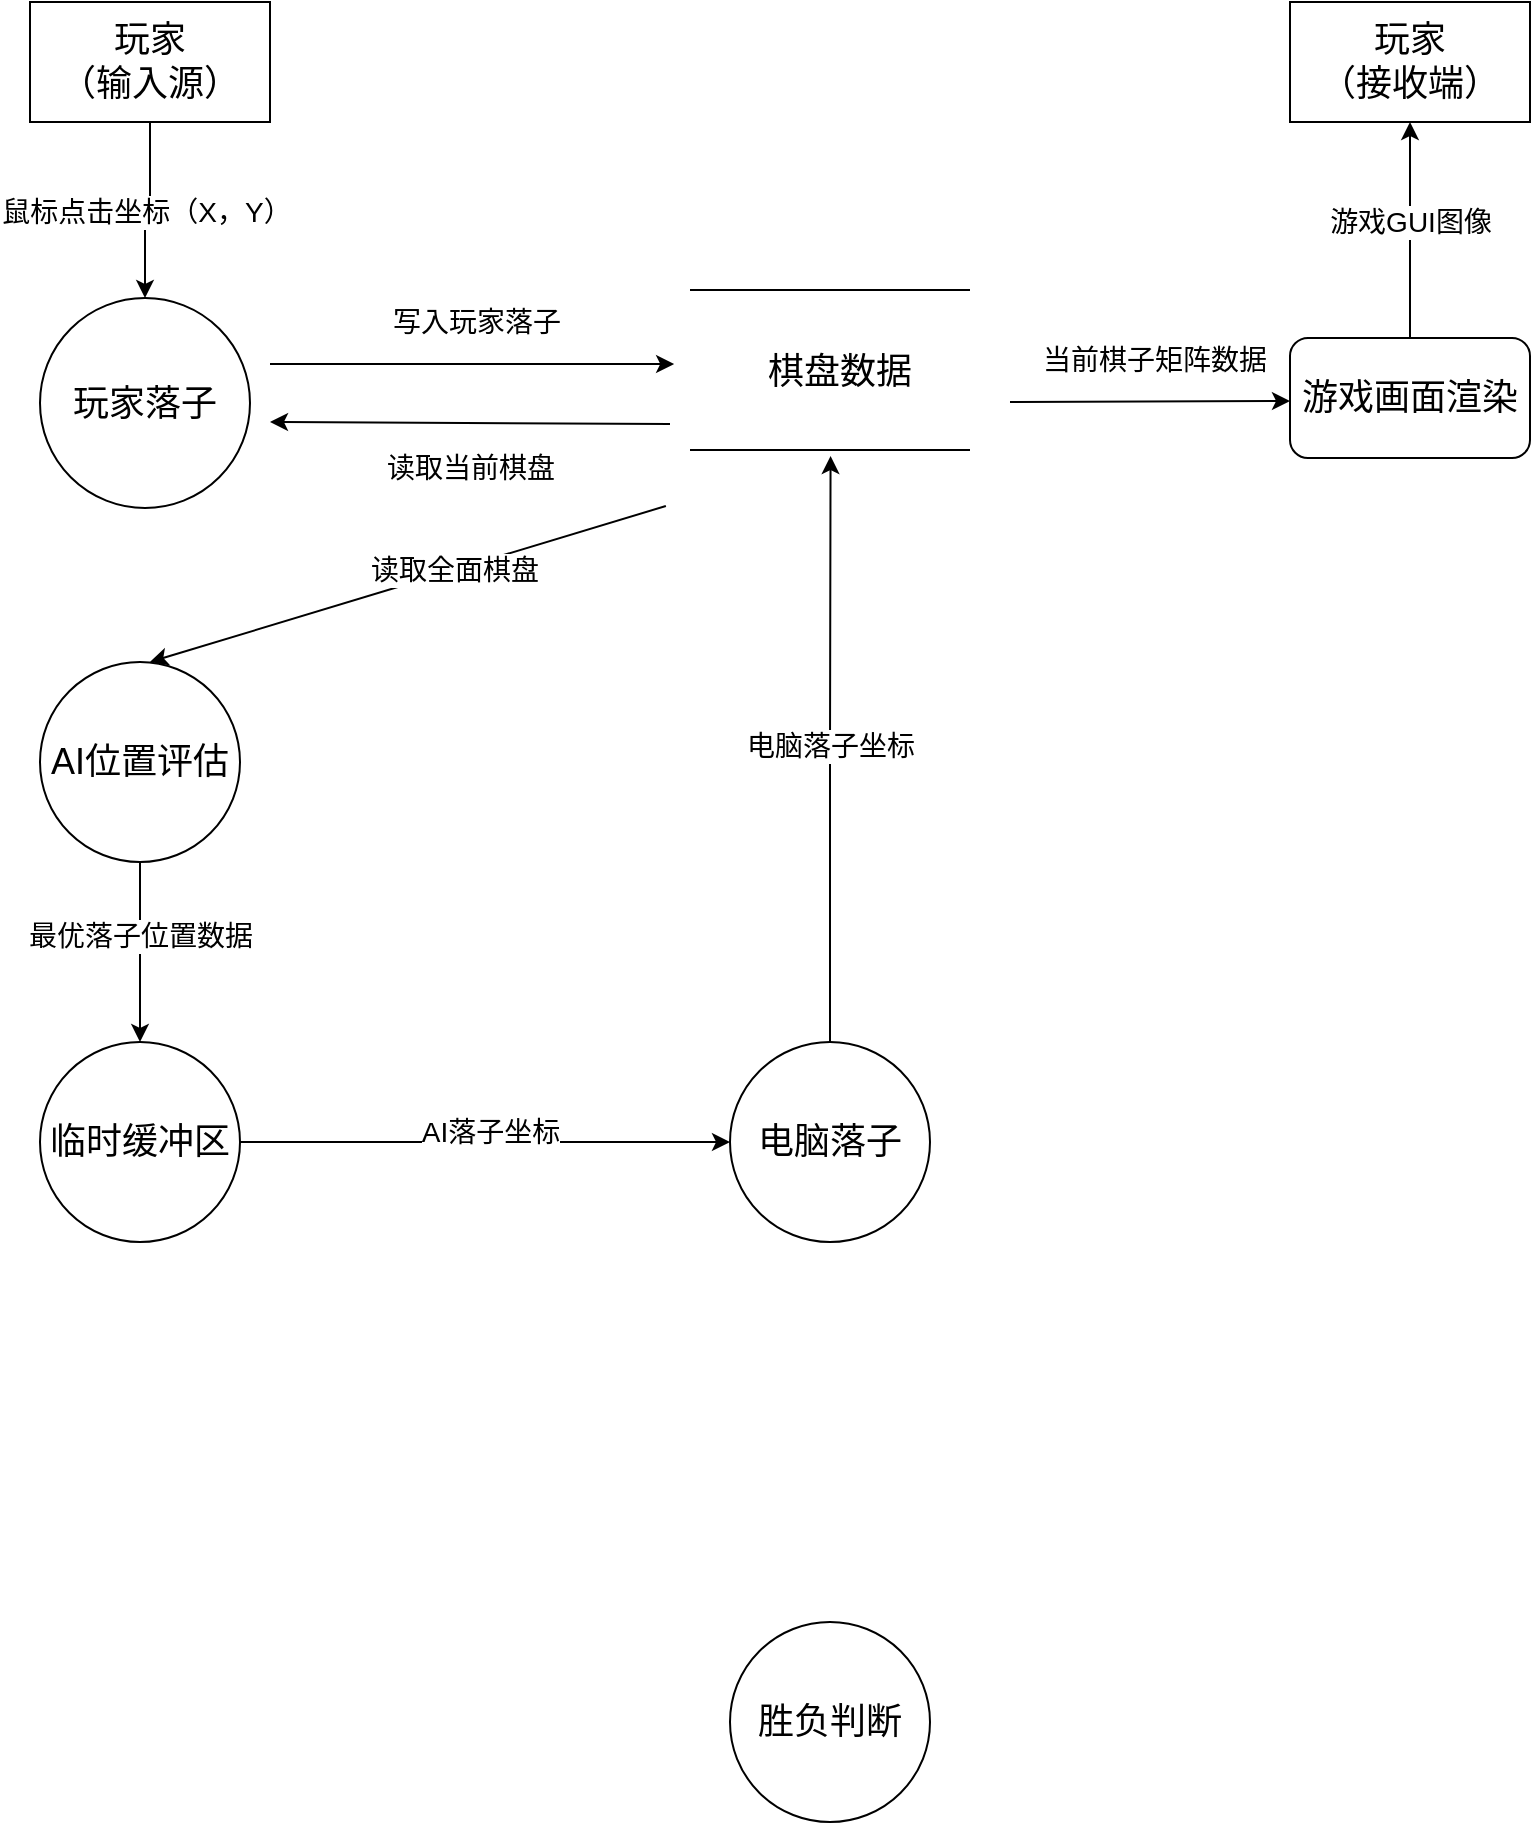
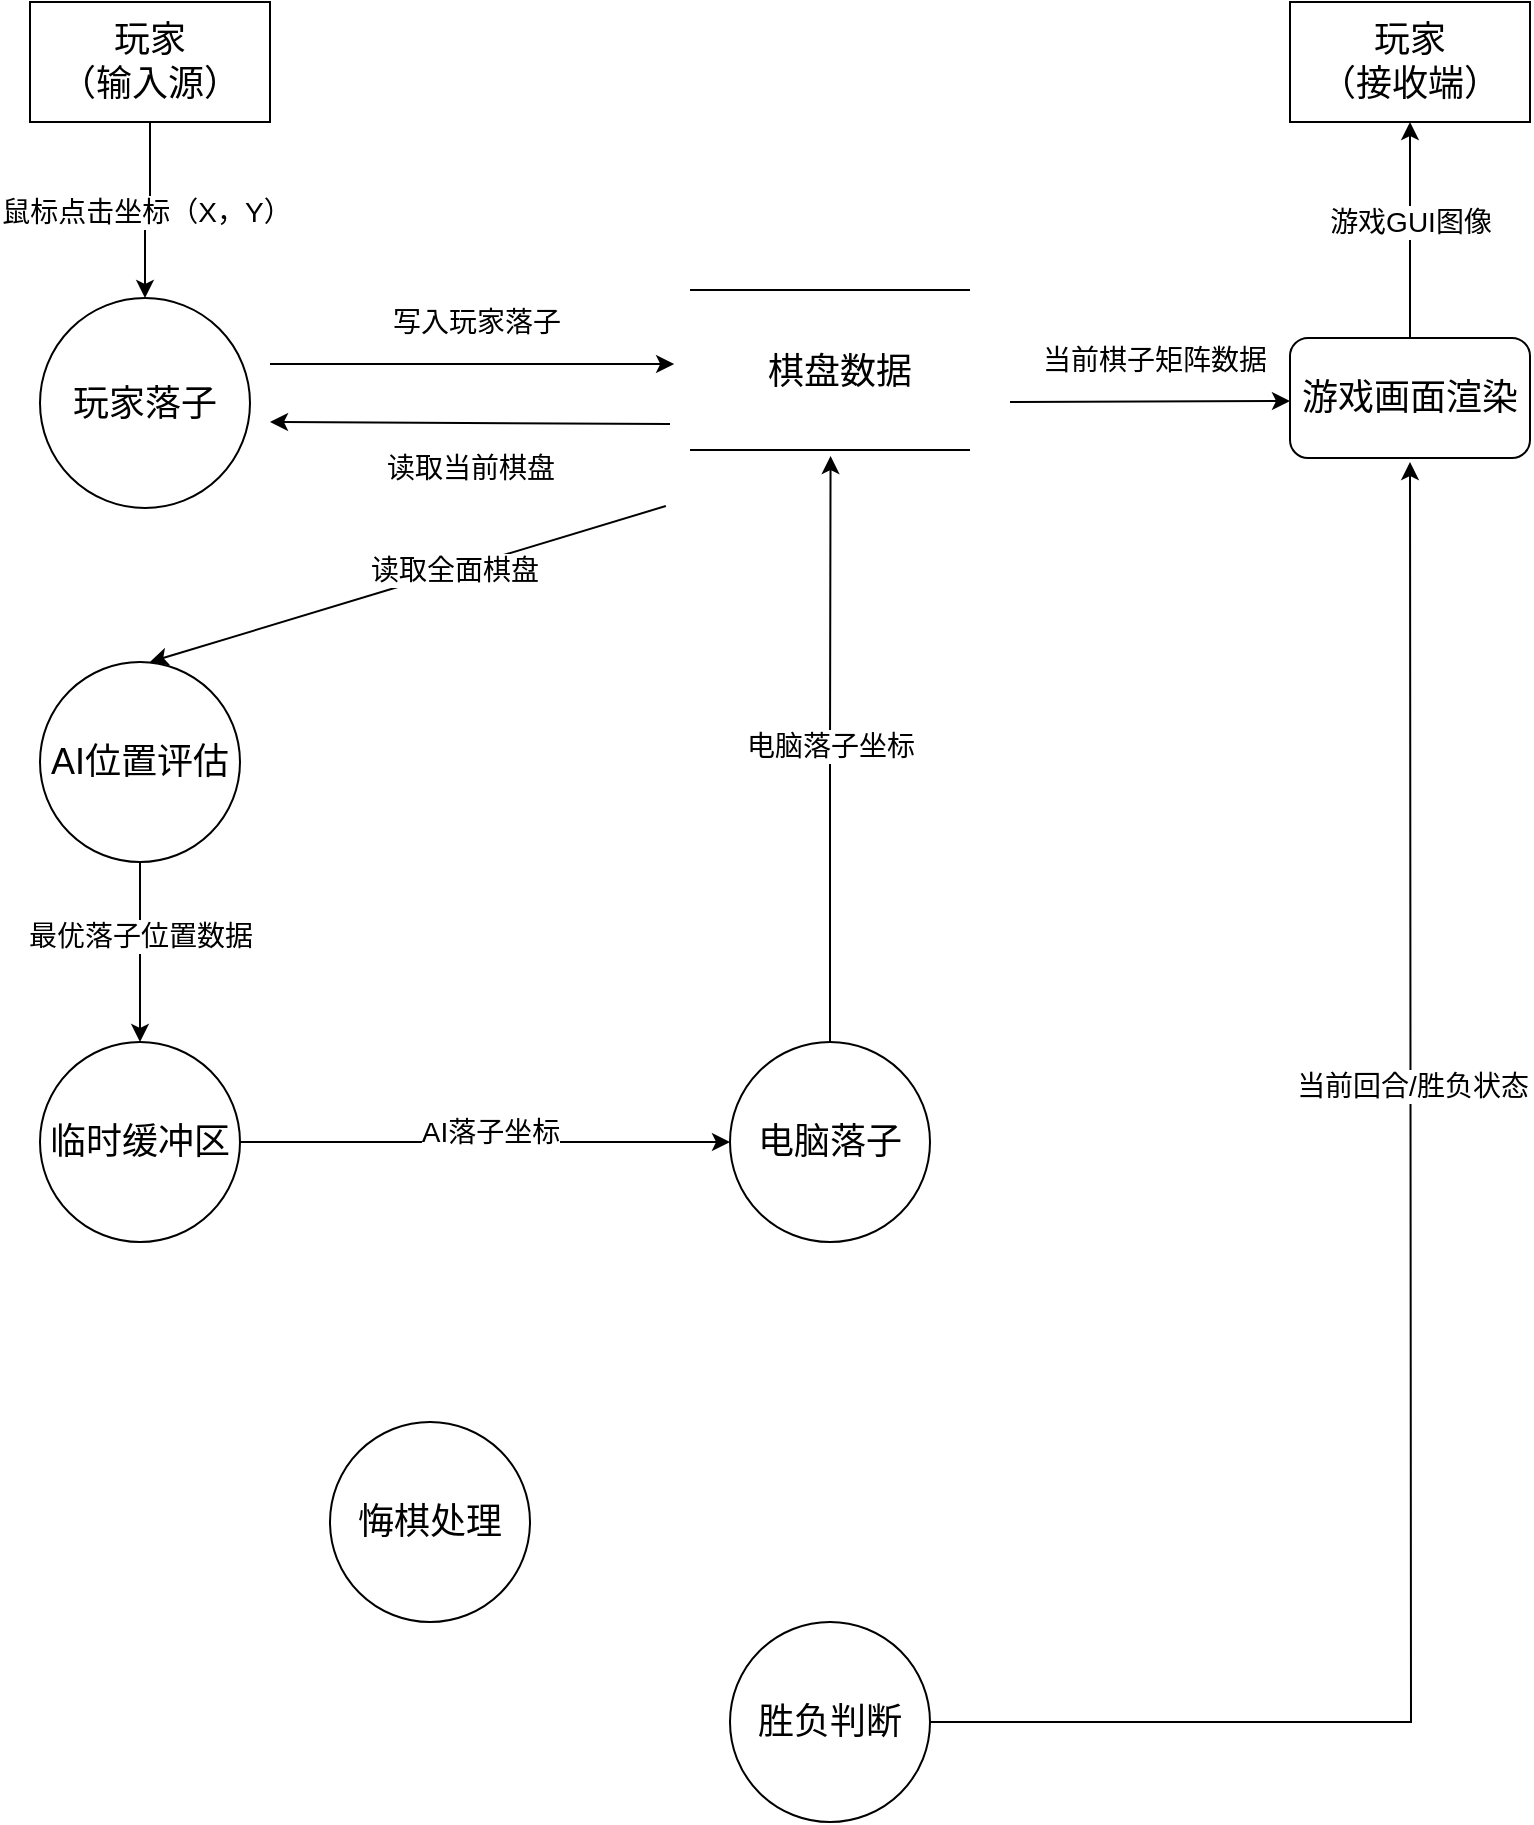
<mxfile host="app.diagrams.net">
  <diagram name="Page-1" id="hryGj0KzSXnJhMcqTr9-">
    <mxGraphModel dx="1201" dy="825" grid="1" gridSize="10" guides="1" tooltips="1" connect="1" arrows="1" fold="1" page="1" pageScale="1" pageWidth="827" pageHeight="1169" math="0" shadow="0">
      <root>
        <mxCell id="0" />
        <mxCell id="1" parent="0" />
        <mxCell id="fDHwApNMCYBN-XmplwMt-11" edge="1" parent="1" source="fDHwApNMCYBN-XmplwMt-3" style="edgeStyle=orthogonalEdgeStyle;rounded=0;orthogonalLoop=1;jettySize=auto;html=1;exitX=0.5;exitY=1;exitDx=0;exitDy=0;entryX=0.5;entryY=0;entryDx=0;entryDy=0;" target="SoA14i47H3jGXmkj97EN-22">
          <mxGeometry relative="1" as="geometry">
            <mxPoint x="90" y="230" as="targetPoint" />
          </mxGeometry>
        </mxCell>
        <mxCell id="fDHwApNMCYBN-XmplwMt-12" connectable="0" parent="fDHwApNMCYBN-XmplwMt-11" style="edgeLabel;html=1;align=center;verticalAlign=middle;resizable=0;points=[];" value="&lt;font style=&quot;font-size: 14px;&quot;&gt;鼠标点击坐标（X，Y）&lt;/font&gt;" vertex="1">
          <mxGeometry relative="1" x="0.0364" as="geometry">
            <mxPoint as="offset" />
          </mxGeometry>
        </mxCell>
        <mxCell id="fDHwApNMCYBN-XmplwMt-3" parent="1" style="rounded=0;whiteSpace=wrap;html=1;" value="&lt;font style=&quot;font-size: 18px;&quot;&gt;玩家&lt;/font&gt;&lt;div&gt;&lt;font style=&quot;font-size: 18px;&quot;&gt;（输入源）&lt;/font&gt;&lt;/div&gt;" vertex="1">
          <mxGeometry height="60" width="120" x="30" y="60" as="geometry" />
        </mxCell>
        <mxCell id="SoA14i47H3jGXmkj97EN-37" edge="1" parent="1" source="fDHwApNMCYBN-XmplwMt-9" style="edgeStyle=orthogonalEdgeStyle;rounded=0;orthogonalLoop=1;jettySize=auto;html=1;exitX=0.5;exitY=0;exitDx=0;exitDy=0;entryX=0.5;entryY=1;entryDx=0;entryDy=0;" target="fDHwApNMCYBN-XmplwMt-10">
          <mxGeometry relative="1" as="geometry" />
        </mxCell>
        <mxCell id="SoA14i47H3jGXmkj97EN-38" connectable="0" parent="SoA14i47H3jGXmkj97EN-37" style="edgeLabel;html=1;align=center;verticalAlign=middle;resizable=0;points=[];" value="&lt;font style=&quot;font-size: 14px;&quot;&gt;游戏GUI图像&lt;/font&gt;" vertex="1">
          <mxGeometry relative="1" x="0.0741" as="geometry">
            <mxPoint as="offset" />
          </mxGeometry>
        </mxCell>
        <mxCell id="fDHwApNMCYBN-XmplwMt-9" parent="1" style="rounded=1;whiteSpace=wrap;html=1;" value="&lt;font style=&quot;font-size: 18px;&quot;&gt;游戏画面渲染&lt;/font&gt;" vertex="1">
          <mxGeometry height="60" width="120" x="660" y="228" as="geometry" />
        </mxCell>
        <mxCell id="fDHwApNMCYBN-XmplwMt-10" parent="1" style="rounded=0;whiteSpace=wrap;html=1;" value="&lt;span style=&quot;font-size: 18px;&quot;&gt;玩家&lt;/span&gt;&lt;div&gt;&lt;span style=&quot;font-size: 18px;&quot;&gt;（接收端）&lt;/span&gt;&lt;/div&gt;" vertex="1">
          <mxGeometry height="60" width="120" x="660" y="60" as="geometry" />
        </mxCell>
        <mxCell id="SoA14i47H3jGXmkj97EN-10" edge="1" parent="1" style="endArrow=classic;html=1;rounded=0;entryX=0.013;entryY=0.14;entryDx=0;entryDy=0;entryPerimeter=0;" value="">
          <mxGeometry height="50" relative="1" width="50" as="geometry">
            <mxPoint x="150" y="241" as="sourcePoint" />
            <mxPoint x="352.067" y="241" as="targetPoint" />
          </mxGeometry>
        </mxCell>
        <mxCell id="SoA14i47H3jGXmkj97EN-11" connectable="0" parent="SoA14i47H3jGXmkj97EN-10" style="edgeLabel;html=1;align=center;verticalAlign=middle;resizable=0;points=[];" value="&lt;font style=&quot;font-size: 14px;&quot;&gt;写入玩家落子&lt;/font&gt;" vertex="1">
          <mxGeometry relative="1" x="0.0202" y="1" as="geometry">
            <mxPoint y="-20" as="offset" />
          </mxGeometry>
        </mxCell>
        <mxCell id="SoA14i47H3jGXmkj97EN-12" edge="1" parent="1" style="endArrow=classic;html=1;rounded=0;exitX=0.925;exitY=0;exitDx=0;exitDy=0;exitPerimeter=0;" value="">
          <mxGeometry height="50" relative="1" width="50" as="geometry">
            <mxPoint x="350" y="271" as="sourcePoint" />
            <mxPoint x="150" y="270" as="targetPoint" />
          </mxGeometry>
        </mxCell>
        <mxCell id="SoA14i47H3jGXmkj97EN-13" connectable="0" parent="SoA14i47H3jGXmkj97EN-12" style="edgeLabel;html=1;align=center;verticalAlign=middle;resizable=0;points=[];" value="&lt;font style=&quot;font-size: 14px;&quot;&gt;读取当前棋盘&lt;/font&gt;&lt;div&gt;&lt;font style=&quot;font-size: 14px;&quot;&gt;&lt;br&gt;&lt;/font&gt;&lt;/div&gt;" vertex="1">
          <mxGeometry relative="1" x="0.0202" y="1" as="geometry">
            <mxPoint x="2" y="29" as="offset" />
          </mxGeometry>
        </mxCell>
        <mxCell id="SoA14i47H3jGXmkj97EN-14" edge="1" parent="1" style="endArrow=classic;html=1;rounded=0;entryX=-0.013;entryY=0.68;entryDx=0;entryDy=0;entryPerimeter=0;exitX=-0.013;exitY=0.68;exitDx=0;exitDy=0;exitPerimeter=0;" value="">
          <mxGeometry height="50" relative="1" width="50" as="geometry">
            <mxPoint x="347.933" y="312" as="sourcePoint" />
            <mxPoint x="90" y="390" as="targetPoint" />
          </mxGeometry>
        </mxCell>
        <mxCell id="SoA14i47H3jGXmkj97EN-15" connectable="0" parent="SoA14i47H3jGXmkj97EN-14" style="edgeLabel;html=1;align=center;verticalAlign=middle;resizable=0;points=[];" value="&lt;font style=&quot;font-size: 14px;&quot;&gt;读取全面棋盘&lt;/font&gt;" vertex="1">
          <mxGeometry relative="1" x="-0.1782" as="geometry">
            <mxPoint as="offset" />
          </mxGeometry>
        </mxCell>
        <mxCell id="SoA14i47H3jGXmkj97EN-16" edge="1" parent="1" style="endArrow=classic;html=1;rounded=0;entryX=0.013;entryY=0.14;entryDx=0;entryDy=0;entryPerimeter=0;" value="">
          <mxGeometry height="50" relative="1" width="50" as="geometry">
            <mxPoint x="520" y="260" as="sourcePoint" />
            <mxPoint x="659.9970000000001" y="259.5" as="targetPoint" />
          </mxGeometry>
        </mxCell>
        <mxCell id="SoA14i47H3jGXmkj97EN-17" connectable="0" parent="SoA14i47H3jGXmkj97EN-16" style="edgeLabel;html=1;align=center;verticalAlign=middle;resizable=0;points=[];" value="&lt;span style=&quot;font-size: 14px;&quot;&gt;当前棋子矩阵数据&lt;/span&gt;" vertex="1">
          <mxGeometry relative="1" x="0.0202" y="1" as="geometry">
            <mxPoint y="-20" as="offset" />
          </mxGeometry>
        </mxCell>
        <mxCell id="SoA14i47H3jGXmkj97EN-22" parent="1" style="ellipse;whiteSpace=wrap;html=1;aspect=fixed;" value="&lt;font style=&quot;font-size: 18px;&quot;&gt;玩家落子&lt;/font&gt;" vertex="1">
          <mxGeometry height="105" width="105" x="35" y="208" as="geometry" />
        </mxCell>
        <mxCell id="SoA14i47H3jGXmkj97EN-23" parent="1" style="ellipse;whiteSpace=wrap;html=1;aspect=fixed;" value="&lt;font style=&quot;font-size: 18px;&quot;&gt;AI位置评估&lt;/font&gt;" vertex="1">
          <mxGeometry height="100" width="100" x="35" y="390" as="geometry" />
        </mxCell>
        <mxCell id="SoA14i47H3jGXmkj97EN-24" parent="1" style="ellipse;whiteSpace=wrap;html=1;aspect=fixed;" value="&lt;font style=&quot;font-size: 18px;&quot;&gt;电脑落子&lt;/font&gt;" vertex="1">
          <mxGeometry height="100" width="100" x="380" y="580" as="geometry" />
        </mxCell>
+         <mxCell id="SoA14i47H3jGXmkj97EN-39" edge="1" parent="1" source="SoA14i47H3jGXmkj97EN-25" style="edgeStyle=orthogonalEdgeStyle;rounded=0;orthogonalLoop=1;jettySize=auto;html=1;exitX=1;exitY=0.5;exitDx=0;exitDy=0;">
+           <mxGeometry relative="1" as="geometry">
+             <mxPoint x="720" y="290" as="targetPoint" />
+           </mxGeometry>
+         </mxCell>
+         <mxCell id="SoA14i47H3jGXmkj97EN-40" connectable="0" parent="SoA14i47H3jGXmkj97EN-39" style="edgeLabel;html=1;align=center;verticalAlign=middle;resizable=0;points=[];" value="&lt;font style=&quot;font-size: 14px;&quot;&gt;当前回合/胜负状态&lt;/font&gt;" vertex="1">
+           <mxGeometry relative="1" x="0.2828" y="-1" as="geometry">
+             <mxPoint as="offset" />
+           </mxGeometry>
+         </mxCell>
        <mxCell id="SoA14i47H3jGXmkj97EN-25" parent="1" style="ellipse;whiteSpace=wrap;html=1;aspect=fixed;" value="&lt;font style=&quot;font-size: 18px;&quot;&gt;胜负判断&lt;/font&gt;" vertex="1">
          <mxGeometry height="100" width="100" x="380" y="870" as="geometry" />
        </mxCell>
        <mxCell id="SoA14i47H3jGXmkj97EN-27" parent="1" style="line;strokeWidth=1;fillColor=none;align=left;verticalAlign=middle;spacingTop=-1;spacingLeft=3;spacingRight=3;rotatable=0;labelPosition=right;points=[];portConstraint=eastwest;strokeColor=inherit;" value="" vertex="1">
          <mxGeometry height="8" width="140" x="360" y="200" as="geometry" />
        </mxCell>
        <mxCell id="SoA14i47H3jGXmkj97EN-28" parent="1" style="line;strokeWidth=1;fillColor=none;align=left;verticalAlign=middle;spacingTop=-1;spacingLeft=3;spacingRight=3;rotatable=0;labelPosition=right;points=[];portConstraint=eastwest;strokeColor=inherit;" value="" vertex="1">
          <mxGeometry height="8" width="140" x="360" y="280" as="geometry" />
        </mxCell>
        <mxCell id="SoA14i47H3jGXmkj97EN-29" parent="1" style="text;html=1;whiteSpace=wrap;strokeColor=none;fillColor=none;align=center;verticalAlign=middle;rounded=0;" value="&lt;font style=&quot;font-size: 18px;&quot;&gt;棋盘数据&lt;/font&gt;" vertex="1">
          <mxGeometry height="30" width="110" x="380" y="230" as="geometry" />
        </mxCell>
        <mxCell id="SoA14i47H3jGXmkj97EN-33" edge="1" parent="1" source="SoA14i47H3jGXmkj97EN-30" style="edgeStyle=orthogonalEdgeStyle;rounded=0;orthogonalLoop=1;jettySize=auto;html=1;exitX=1;exitY=0.5;exitDx=0;exitDy=0;entryX=0;entryY=0.5;entryDx=0;entryDy=0;" target="SoA14i47H3jGXmkj97EN-24">
          <mxGeometry relative="1" as="geometry" />
        </mxCell>
        <mxCell id="SoA14i47H3jGXmkj97EN-34" connectable="0" parent="SoA14i47H3jGXmkj97EN-33" style="edgeLabel;html=1;align=center;verticalAlign=middle;resizable=0;points=[];" value="&lt;font style=&quot;font-size: 14px;&quot;&gt;AI落子坐标&lt;/font&gt;" vertex="1">
          <mxGeometry relative="1" x="0.0204" y="5" as="geometry">
            <mxPoint as="offset" />
          </mxGeometry>
        </mxCell>
        <mxCell id="SoA14i47H3jGXmkj97EN-30" parent="1" style="ellipse;whiteSpace=wrap;html=1;aspect=fixed;" value="&lt;font style=&quot;font-size: 18px;&quot;&gt;临时缓冲区&lt;/font&gt;" vertex="1">
          <mxGeometry height="100" width="100" x="35" y="580" as="geometry" />
        </mxCell>
        <mxCell id="SoA14i47H3jGXmkj97EN-31" edge="1" parent="1" source="SoA14i47H3jGXmkj97EN-23" style="endArrow=classic;html=1;rounded=0;entryX=0.5;entryY=0;entryDx=0;entryDy=0;exitX=0.5;exitY=1;exitDx=0;exitDy=0;" target="SoA14i47H3jGXmkj97EN-30" value="">
          <mxGeometry height="50" relative="1" width="50" as="geometry">
            <mxPoint x="447.933" y="340" as="sourcePoint" />
            <mxPoint x="190" y="418" as="targetPoint" />
          </mxGeometry>
        </mxCell>
        <mxCell id="SoA14i47H3jGXmkj97EN-32" connectable="0" parent="SoA14i47H3jGXmkj97EN-31" style="edgeLabel;html=1;align=center;verticalAlign=middle;resizable=0;points=[];" value="&lt;span style=&quot;font-size: 14px;&quot;&gt;最优落子位置数据&lt;/span&gt;" vertex="1">
          <mxGeometry relative="1" x="-0.1782" as="geometry">
            <mxPoint as="offset" />
          </mxGeometry>
        </mxCell>
        <mxCell id="SoA14i47H3jGXmkj97EN-35" edge="1" parent="1" source="SoA14i47H3jGXmkj97EN-24" style="edgeStyle=orthogonalEdgeStyle;rounded=0;orthogonalLoop=1;jettySize=auto;html=1;exitX=0.5;exitY=0;exitDx=0;exitDy=0;entryX=0.502;entryY=0.875;entryDx=0;entryDy=0;entryPerimeter=0;" target="SoA14i47H3jGXmkj97EN-28">
          <mxGeometry relative="1" as="geometry" />
        </mxCell>
        <mxCell id="SoA14i47H3jGXmkj97EN-36" connectable="0" parent="SoA14i47H3jGXmkj97EN-35" style="edgeLabel;html=1;align=center;verticalAlign=middle;resizable=0;points=[];" value="&lt;span style=&quot;font-size: 14px;&quot;&gt;电脑落子坐标&lt;/span&gt;" vertex="1">
          <mxGeometry relative="1" x="-0.0044" y="1" as="geometry">
            <mxPoint y="-1" as="offset" />
          </mxGeometry>
        </mxCell>
+         <mxCell id="SoA14i47H3jGXmkj97EN-41" parent="1" style="ellipse;whiteSpace=wrap;html=1;aspect=fixed;" value="&lt;font style=&quot;font-size: 18px;&quot;&gt;悔棋处理&lt;/font&gt;" vertex="1">
+           <mxGeometry height="100" width="100" x="180" y="770" as="geometry" />
+         </mxCell>
      </root>
    </mxGraphModel>
  </diagram>
</mxfile>
